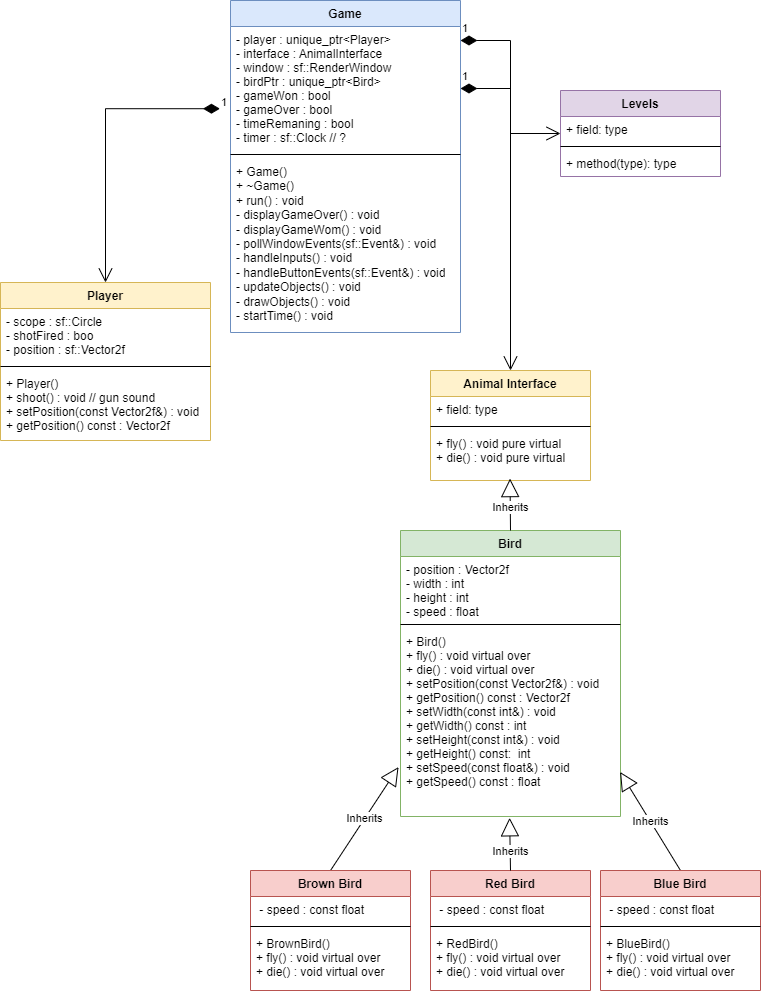
Jtog123/Birdy-Go-Bye-Bye keeps this draw.io diagram as UML/SpeedHunterUML.png. Above is the earlier version. Source tidied: cells renumbered, new cells last; positions are measured from the earlier drawing's top-left corner, leaving out a move shared by most shapes.
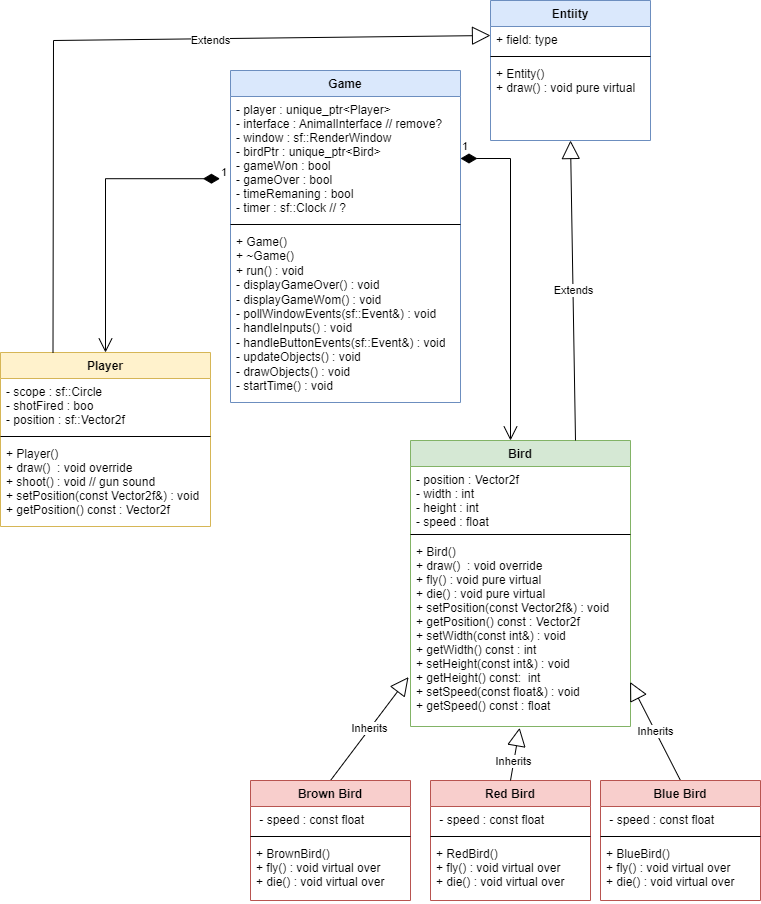
Later version of the same file.

Commit message:
4/6/22 Changed UML added entity class Removed AnimalInterface class Created Player class

Change to the diagram source:
```diff
@@ -2,20 +2,8 @@
   <root>
     <mxCell id="0" />
     <mxCell id="1" parent="0" />
-    <mxCell id="2" value="Animal Interface" style="swimlane;fontStyle=1;align=center;verticalAlign=top;horizontal=1;startSize=26;fillColor=#fff2cc;strokeColor=#d6b656;" parent="1" vertex="1">
-      <mxGeometry x="430" y="370" width="160" height="110" as="geometry" />
-    </mxCell>
-    <mxCell id="3" value="+ field: type" style="text;strokeColor=none;fillColor=none;align=left;verticalAlign=top;spacingLeft=4;spacingRight=4;overflow=hidden;" parent="2" vertex="1">
-      <mxGeometry y="26" width="160" height="26" as="geometry" />
-    </mxCell>
-    <mxCell id="4" style="line;strokeWidth=1;fillColor=none;align=left;verticalAlign=middle;spacingTop=-1;spacingLeft=3;spacingRight=3;labelPosition=right;" parent="2" vertex="1">
-      <mxGeometry y="52" width="160" height="8" as="geometry" />
-    </mxCell>
-    <mxCell id="5" value="+ fly() : void pure virtual&#10;+ die() : void pure virtual" style="text;strokeColor=none;fillColor=none;align=left;verticalAlign=top;spacingLeft=4;spacingRight=4;overflow=hidden;points=[[0,0.5],[1,0.5]];portConstraint=eastwest;" parent="2" vertex="1">
-      <mxGeometry y="60" width="160" height="50" as="geometry" />
-    </mxCell>
     <mxCell id="6" value="Bird" style="swimlane;fontStyle=1;align=center;verticalAlign=top;horizontal=1;startSize=26;fillColor=#d5e8d4;strokeColor=#82b366;" parent="1" vertex="1">
-      <mxGeometry x="400" y="530" width="220" height="286" as="geometry" />
+      <mxGeometry x="410" y="370" width="220" height="286" as="geometry" />
     </mxCell>
     <mxCell id="7" value="- position : Vector2f&#10;- width : int&#10;- height : int&#10;- speed : float&#10;&#10;" style="text;strokeColor=none;fillColor=none;align=left;verticalAlign=top;spacingLeft=4;spacingRight=4;overflow=hidden;" parent="6" vertex="1">
       <mxGeometry y="26" width="220" height="64" as="geometry" />
@@ -23,11 +11,11 @@
     <mxCell id="8" style="line;strokeWidth=1;fillColor=none;align=left;verticalAlign=middle;spacingTop=-1;spacingLeft=3;spacingRight=3;labelPosition=right;" parent="6" vertex="1">
       <mxGeometry y="90" width="220" height="8" as="geometry" />
     </mxCell>
-    <mxCell id="9" value="+ Bird()&#10;+ fly() : void virtual over&#10;+ die() : void virtual over&#10;+ setPosition(const Vector2f&amp;) : void&#10;+ getPosition() const : Vector2f&#10;+ setWidth(const int&amp;) : void&#10;+ getWidth() const : int&#10;+ setHeight(const int&amp;) : void&#10;+ getHeight() const:  int&#10;+ setSpeed(const float&amp;) : void&#10;+ getSpeed() const : float&#10;" style="text;strokeColor=none;fillColor=none;align=left;verticalAlign=top;spacingLeft=4;spacingRight=4;overflow=hidden;points=[[0,0.5],[1,0.5]];portConstraint=eastwest;" parent="6" vertex="1">
+    <mxCell id="9" value="+ Bird()&#10;+ draw()  : void override&#10;+ fly() : void pure virtual &#10;+ die() : void pure virtual&#10;+ setPosition(const Vector2f&amp;) : void&#10;+ getPosition() const : Vector2f&#10;+ setWidth(const int&amp;) : void&#10;+ getWidth() const : int&#10;+ setHeight(const int&amp;) : void&#10;+ getHeight() const:  int&#10;+ setSpeed(const float&amp;) : void&#10;+ getSpeed() const : float&#10;" style="text;strokeColor=none;fillColor=none;align=left;verticalAlign=top;spacingLeft=4;spacingRight=4;overflow=hidden;points=[[0,0.5],[1,0.5]];portConstraint=eastwest;" parent="6" vertex="1">
       <mxGeometry y="98" width="220" height="188" as="geometry" />
     </mxCell>
     <mxCell id="10" value="Red Bird" style="swimlane;fontStyle=1;align=center;verticalAlign=top;horizontal=1;startSize=26;fillColor=#f8cecc;strokeColor=#b85450;" parent="1" vertex="1">
-      <mxGeometry x="430" y="870" width="160" height="120" as="geometry" />
+      <mxGeometry x="430" y="710" width="160" height="120" as="geometry" />
     </mxCell>
     <mxCell id="11" value=" - speed : const float" style="text;strokeColor=none;fillColor=none;align=left;verticalAlign=top;spacingLeft=4;spacingRight=4;overflow=hidden;" parent="10" vertex="1">
       <mxGeometry y="26" width="160" height="26" as="geometry" />
@@ -48,7 +36,7 @@
       <mxGeometry relative="1" as="geometry" />
     </mxCell>
     <mxCell id="17" value="Blue Bird" style="swimlane;fontStyle=1;align=center;verticalAlign=top;horizontal=1;startSize=26;fillColor=#f8cecc;strokeColor=#b85450;" parent="1" vertex="1">
-      <mxGeometry x="600" y="870" width="160" height="120" as="geometry" />
+      <mxGeometry x="600" y="710" width="160" height="120" as="geometry" />
     </mxCell>
     <mxCell id="18" value=" - speed : const float" style="text;strokeColor=none;fillColor=none;align=left;verticalAlign=top;spacingLeft=4;spacingRight=4;overflow=hidden;" parent="17" vertex="1">
       <mxGeometry y="26" width="160" height="26" as="geometry" />
@@ -60,7 +48,7 @@
       <mxGeometry y="60" width="160" height="60" as="geometry" />
     </mxCell>
     <mxCell id="21" value="Brown Bird" style="swimlane;fontStyle=1;align=center;verticalAlign=top;horizontal=1;startSize=26;fillColor=#f8cecc;strokeColor=#b85450;" parent="1" vertex="1">
-      <mxGeometry x="250" y="870" width="160" height="120" as="geometry" />
+      <mxGeometry x="250" y="710" width="160" height="120" as="geometry" />
     </mxCell>
     <mxCell id="22" value=" - speed : const float" style="text;strokeColor=none;fillColor=none;align=left;verticalAlign=top;spacingLeft=4;spacingRight=4;overflow=hidden;" parent="21" vertex="1">
       <mxGeometry y="26" width="160" height="26" as="geometry" />
@@ -71,11 +59,8 @@
     <mxCell id="24" value="+ BrownBird()&#10;+ fly() : void virtual over&#10;+ die() : void virtual over" style="text;strokeColor=none;fillColor=none;align=left;verticalAlign=top;spacingLeft=4;spacingRight=4;overflow=hidden;" parent="21" vertex="1">
       <mxGeometry y="60" width="160" height="60" as="geometry" />
     </mxCell>
-    <mxCell id="25" value="Inherits" style="endArrow=block;endSize=16;endFill=0;html=1;rounded=0;exitX=0.5;exitY=0;exitDx=0;exitDy=0;entryX=0.497;entryY=0.962;entryDx=0;entryDy=0;entryPerimeter=0;" parent="1" edge="1" source="6" target="5">
-      <mxGeometry x="-0.11" relative="1" as="geometry" />
-    </mxCell>
     <mxCell id="26" value="Player&#10;" style="swimlane;fontStyle=1;align=center;verticalAlign=top;horizontal=1;startSize=26;fillColor=#fff2cc;strokeColor=#d6b656;" parent="1" vertex="1">
-      <mxGeometry y="282" width="210" height="158" as="geometry" />
+      <mxGeometry y="282" width="210" height="174" as="geometry" />
     </mxCell>
     <mxCell id="27" value="- scope : sf::Circle&#10;- shotFired : boo&#10;- position : sf::Vector2f" style="text;strokeColor=none;fillColor=none;align=left;verticalAlign=top;spacingLeft=4;spacingRight=4;overflow=hidden;" parent="26" vertex="1">
       <mxGeometry y="26" width="210" height="54" as="geometry" />
@@ -83,13 +68,13 @@
     <mxCell id="28" style="line;strokeWidth=1;fillColor=none;align=left;verticalAlign=middle;spacingTop=-1;spacingLeft=3;spacingRight=3;labelPosition=right;" parent="26" vertex="1">
       <mxGeometry y="80" width="210" height="8" as="geometry" />
     </mxCell>
-    <mxCell id="29" value="+ Player()&#10;+ shoot() : void // gun sound&#10;+ setPosition(const Vector2f&amp;) : void&#10;+ getPosition() const : Vector2f" style="text;strokeColor=none;fillColor=none;align=left;verticalAlign=top;spacingLeft=4;spacingRight=4;overflow=hidden;" parent="26" vertex="1">
-      <mxGeometry y="88" width="210" height="70" as="geometry" />
+    <mxCell id="29" value="+ Player()&#10;+ draw()  : void override&#10;+ shoot() : void // gun sound&#10;+ setPosition(const Vector2f&amp;) : void&#10;+ getPosition() const : Vector2f" style="text;strokeColor=none;fillColor=none;align=left;verticalAlign=top;spacingLeft=4;spacingRight=4;overflow=hidden;" parent="26" vertex="1">
+      <mxGeometry y="88" width="210" height="86" as="geometry" />
     </mxCell>
     <mxCell id="30" value="Game" style="swimlane;fontStyle=1;align=center;verticalAlign=top;horizontal=1;startSize=26;fillColor=#dae8fc;strokeColor=#6c8ebf;" parent="1" vertex="1">
       <mxGeometry x="230" width="230" height="332" as="geometry" />
     </mxCell>
-    <mxCell id="31" value="- player : unique_ptr&lt;Player&gt;&#10;- interface : AnimalInterface&#10;- window : sf::RenderWindow&#10;- birdPtr : unique_ptr&lt;Bird&gt;&#10;- gameWon : bool&#10;- gameOver : bool&#10;- timeRemaning : bool&#10;- timer : sf::Clock // ?&#10;&#10;" style="text;strokeColor=none;fillColor=none;align=left;verticalAlign=top;spacingLeft=4;spacingRight=4;overflow=hidden;points=[[0,0.5],[1,0.5]];portConstraint=eastwest;" parent="30" vertex="1">
+    <mxCell id="31" value="- player : unique_ptr&lt;Player&gt;&#10;- interface : AnimalInterface // remove?&#10;- window : sf::RenderWindow&#10;- birdPtr : unique_ptr&lt;Bird&gt;&#10;- gameWon : bool&#10;- gameOver : bool&#10;- timeRemaning : bool&#10;- timer : sf::Clock // ?&#10;&#10;" style="text;strokeColor=none;fillColor=none;align=left;verticalAlign=top;spacingLeft=4;spacingRight=4;overflow=hidden;points=[[0,0.5],[1,0.5]];portConstraint=eastwest;" parent="30" vertex="1">
       <mxGeometry y="26" width="230" height="124" as="geometry" />
     </mxCell>
     <mxCell id="32" style="line;strokeWidth=1;fillColor=none;align=left;verticalAlign=middle;spacingTop=-1;spacingLeft=3;spacingRight=3;labelPosition=right;" parent="30" vertex="1">
@@ -101,25 +86,32 @@
     <mxCell id="34" value="1" style="endArrow=open;html=1;endSize=12;startArrow=diamondThin;startSize=14;startFill=1;edgeStyle=orthogonalEdgeStyle;align=left;verticalAlign=bottom;rounded=0;exitX=-0.046;exitY=0.663;exitDx=0;exitDy=0;exitPerimeter=0;" parent="1" edge="1" source="31" target="26">
       <mxGeometry x="-1" y="3" relative="1" as="geometry" />
     </mxCell>
-    <mxCell id="35" value="1" style="endArrow=open;html=1;endSize=12;startArrow=diamondThin;startSize=14;startFill=1;edgeStyle=orthogonalEdgeStyle;align=left;verticalAlign=bottom;rounded=0;entryX=0.5;entryY=0;entryDx=0;entryDy=0;exitX=1;exitY=0.5;exitDx=0;exitDy=0;" parent="1" edge="1" source="31" target="2">
-      <mxGeometry x="-1" y="3" relative="1" as="geometry" />
+    <mxCell id="35" value="1" style="endArrow=open;html=1;endSize=12;startArrow=diamondThin;startSize=14;startFill=1;edgeStyle=orthogonalEdgeStyle;align=left;verticalAlign=bottom;rounded=0;entryX=0.5;entryY=0;entryDx=0;entryDy=0;exitX=1;exitY=0.5;exitDx=0;exitDy=0;" parent="1" edge="1" source="31">
+      <mxGeometry x="-1" y="3" relative="1" as="geometry">
+        <mxPoint x="510" y="370" as="targetPoint" />
+      </mxGeometry>
     </mxCell>
-    <mxCell id="36" value="Levels" style="swimlane;fontStyle=1;align=center;verticalAlign=top;horizontal=1;startSize=26;fillColor=#e1d5e7;strokeColor=#9673a6;" parent="1" vertex="1">
-      <mxGeometry x="560" y="90" width="160" height="86" as="geometry" />
-    </mxCell>
-    <mxCell id="37" value="+ field: type" style="text;strokeColor=none;fillColor=none;align=left;verticalAlign=top;spacingLeft=4;spacingRight=4;overflow=hidden;" parent="36" vertex="1">
-      <mxGeometry y="26" width="160" height="26" as="geometry" />
-    </mxCell>
-    <mxCell id="38" style="line;strokeWidth=1;fillColor=none;align=left;verticalAlign=middle;spacingTop=-1;spacingLeft=3;spacingRight=3;labelPosition=right;" parent="36" vertex="1">
-      <mxGeometry y="52" width="160" height="8" as="geometry" />
-    </mxCell>
-    <mxCell id="39" value="+ method(type): type" style="text;strokeColor=none;fillColor=none;align=left;verticalAlign=top;spacingLeft=4;spacingRight=4;overflow=hidden;" parent="36" vertex="1">
-      <mxGeometry y="60" width="160" height="26" as="geometry" />
-    </mxCell>
-    <mxCell id="40" value="1" style="endArrow=open;html=1;endSize=12;startArrow=diamondThin;startSize=14;startFill=1;edgeStyle=orthogonalEdgeStyle;align=left;verticalAlign=bottom;rounded=0;entryX=0;entryY=0.5;entryDx=0;entryDy=0;" parent="1" edge="1" target="36">
-      <mxGeometry x="-1" y="3" relative="1" as="geometry">
-        <mxPoint x="460" y="40" as="sourcePoint" />
-      </mxGeometry>
-    </mxCell>
+    <mxCell id="41" value="Entiity" style="swimlane;fontStyle=1;align=center;verticalAlign=top;horizontal=1;startSize=26;fillColor=#dae8fc;strokeColor=#6c8ebf;" parent="1" vertex="1">
+      <mxGeometry x="490" y="-70" width="160" height="140" as="geometry" />
+    </mxCell>
+    <mxCell id="42" value="+ field: type" style="text;strokeColor=none;fillColor=none;align=left;verticalAlign=top;spacingLeft=4;spacingRight=4;overflow=hidden;" parent="41" vertex="1">
+      <mxGeometry y="26" width="160" height="26" as="geometry" />
+    </mxCell>
+    <mxCell id="43" style="line;strokeWidth=1;fillColor=none;align=left;verticalAlign=middle;spacingTop=-1;spacingLeft=3;spacingRight=3;labelPosition=right;" parent="41" vertex="1">
+      <mxGeometry y="52" width="160" height="8" as="geometry" />
+    </mxCell>
+    <mxCell id="44" value="+ Entity()&#10;+ draw() : void pure virtual" style="text;strokeColor=none;fillColor=none;align=left;verticalAlign=top;spacingLeft=4;spacingRight=4;overflow=hidden;" parent="41" vertex="1">
+      <mxGeometry y="60" width="160" height="80" as="geometry" />
+    </mxCell>
+    <mxCell id="45" value="Extends" style="endArrow=block;endSize=16;endFill=0;html=1;rounded=0;exitX=0.75;exitY=0;exitDx=0;exitDy=0;entryX=0.5;entryY=1;entryDx=0;entryDy=0;" parent="1" edge="1" source="6" target="41">
+      <mxGeometry relative="1" as="geometry" />
+    </mxCell>
+    <mxCell id="46" value="Extends" style="endArrow=block;endSize=16;endFill=0;html=1;rounded=0;exitX=0.25;exitY=0;exitDx=0;exitDy=0;entryX=0;entryY=0.25;entryDx=0;entryDy=0;" parent="1" edge="1" source="26" target="41">
+      <mxGeometry x="0.25" y="-2" relative="1" as="geometry">
+        <Array as="points">
+          <mxPoint x="53" y="-30" />
+        </Array>
+      </mxGeometry>
+    </mxCell>
   </root>
 </mxGraphModel>
```
